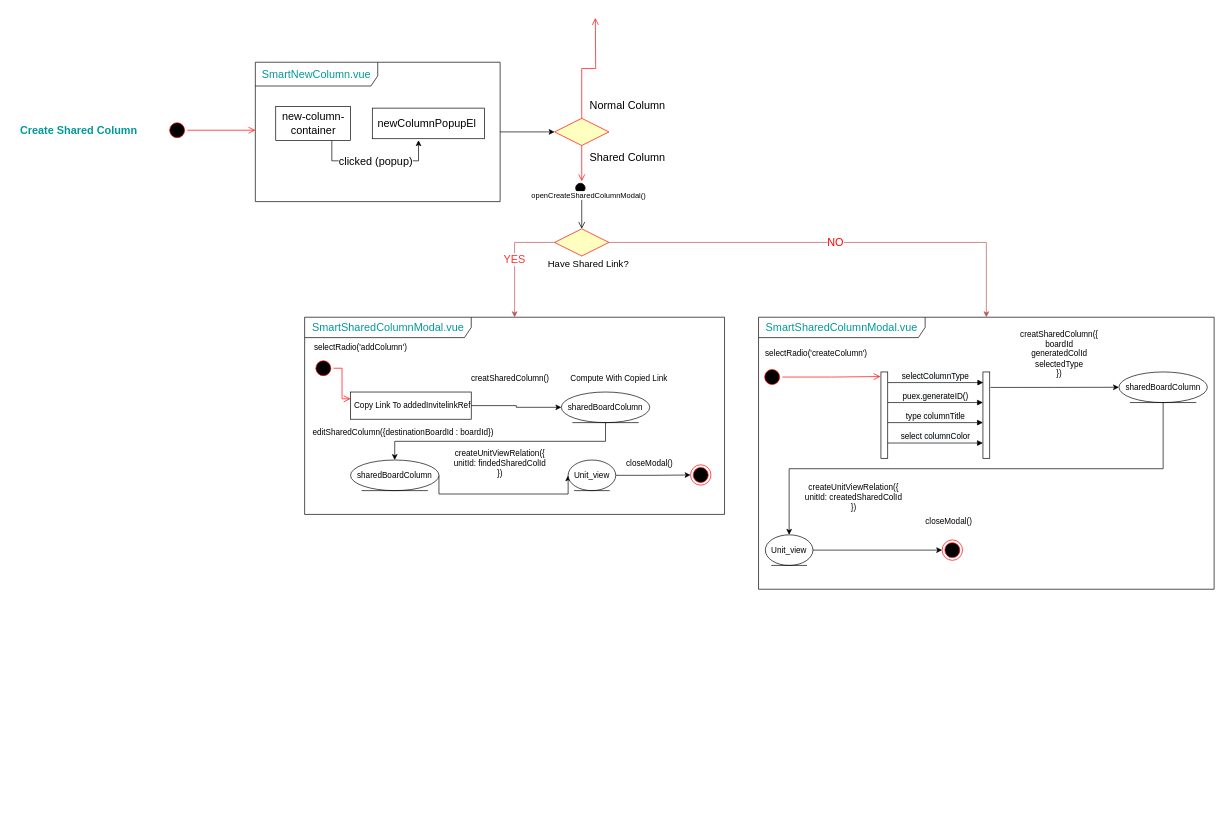
This is page "SHARED COLUMN" (3 of 3) of Untitled Diagram.drawio from Straider71/test, a draw.io file, before an edit. Source tidied: cells renumbered, new cells numbered last; positions are measured from the earlier drawing's top-left corner, leaving out a move shared by most shapes. Both pictures are drawn from the tidied source at 68%, with x=0, y=0 at pixel (12, 18).
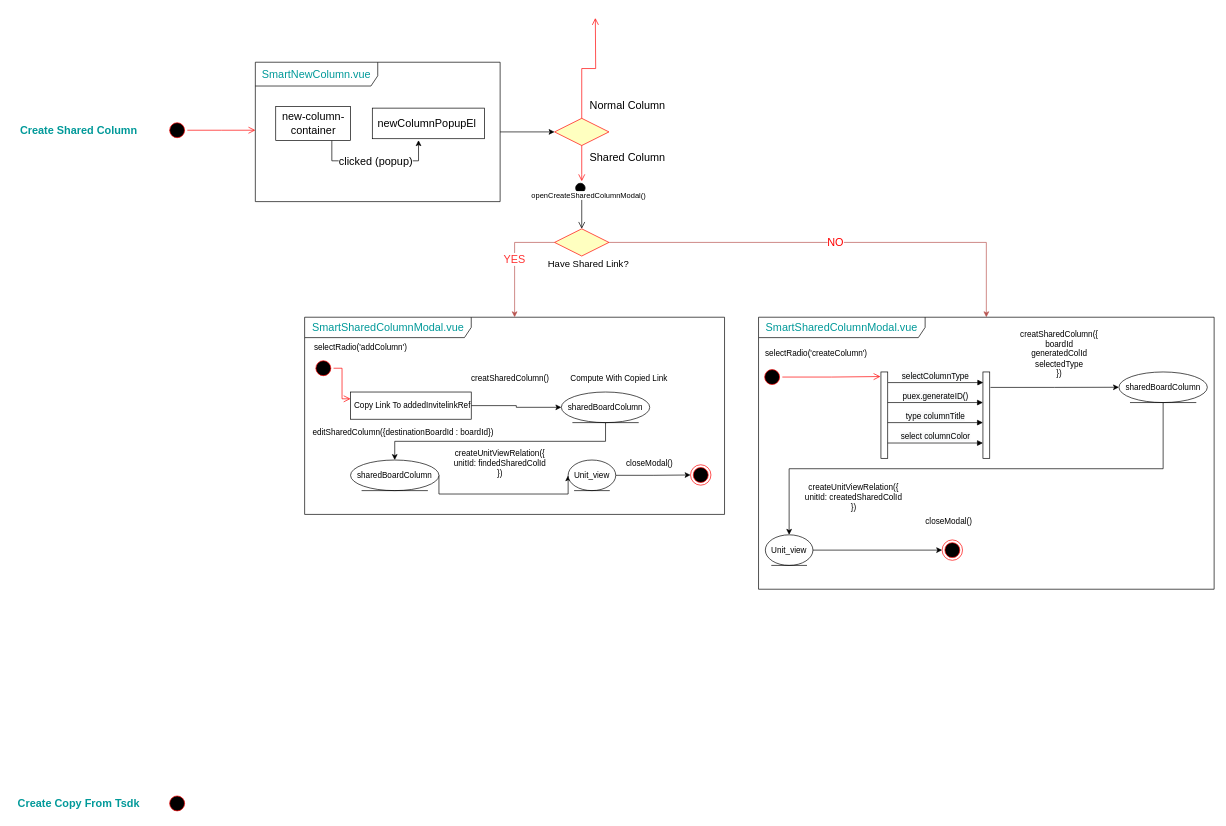
The same page after the edit.

What changed in the source:
```diff
@@
+    <mxCell id="57" value="&lt;font style=&quot;font-size: 16px&quot; color=&quot;#009999&quot;&gt;&lt;b&gt;Create Copy From Tsdk&lt;/b&gt;&lt;/font&gt;" style="text;html=1;strokeColor=none;fillColor=none;align=center;verticalAlign=middle;whiteSpace=wrap;rounded=0;" parent="1" vertex="1">
+      <mxGeometry x="-0.5" y="1140" width="197" height="30" as="geometry" />
+    </mxCell>
+    <mxCell id="58" style="ellipse;html=1;shape=startState;fillColor=#000000;strokeColor=#ff0000;" parent="1" vertex="1">
+      <mxGeometry x="228" y="1140" width="30" height="30" as="geometry" />
+    </mxCell>
```
